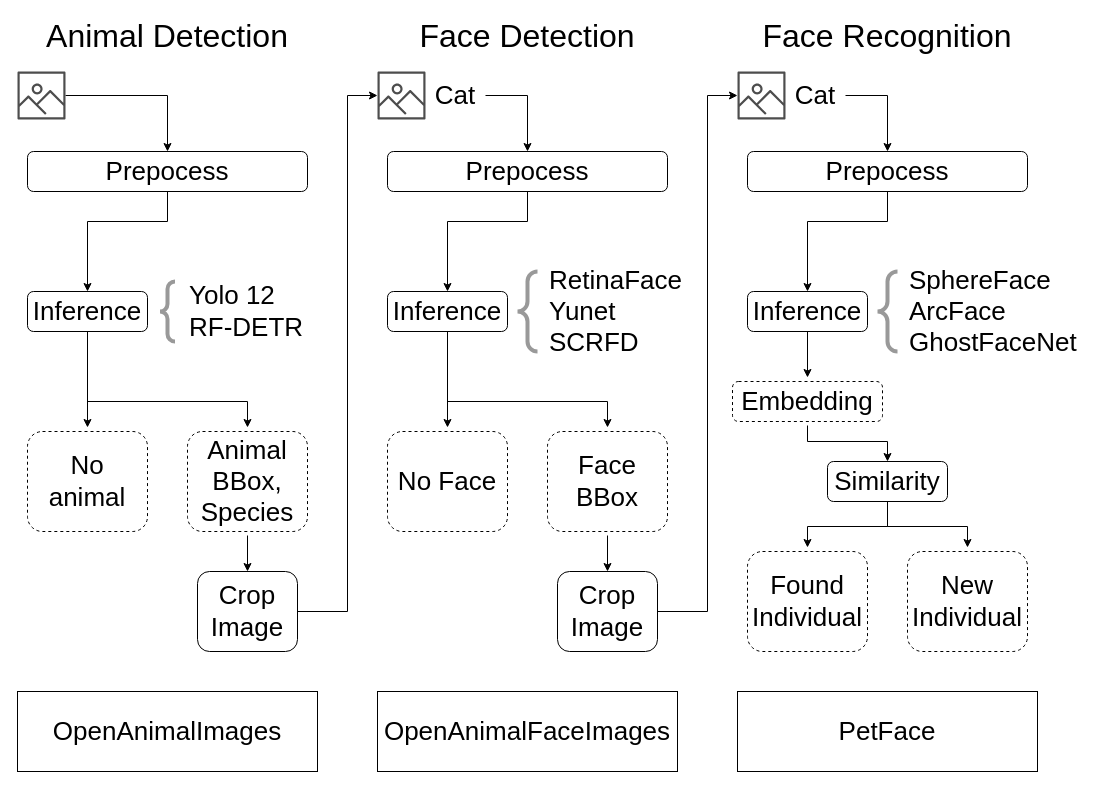
Before: docs/system_flow.drawio in Jan108/AFaRec, a draw.io diagram. Source tidied: cells renumbered, new cells numbered last; positions are measured from the earlier drawing's top-left corner, leaving out a move shared by most shapes. Both pictures are drawn from the tidied source at 100%, with x=0, y=0 at pixel (17, 21).
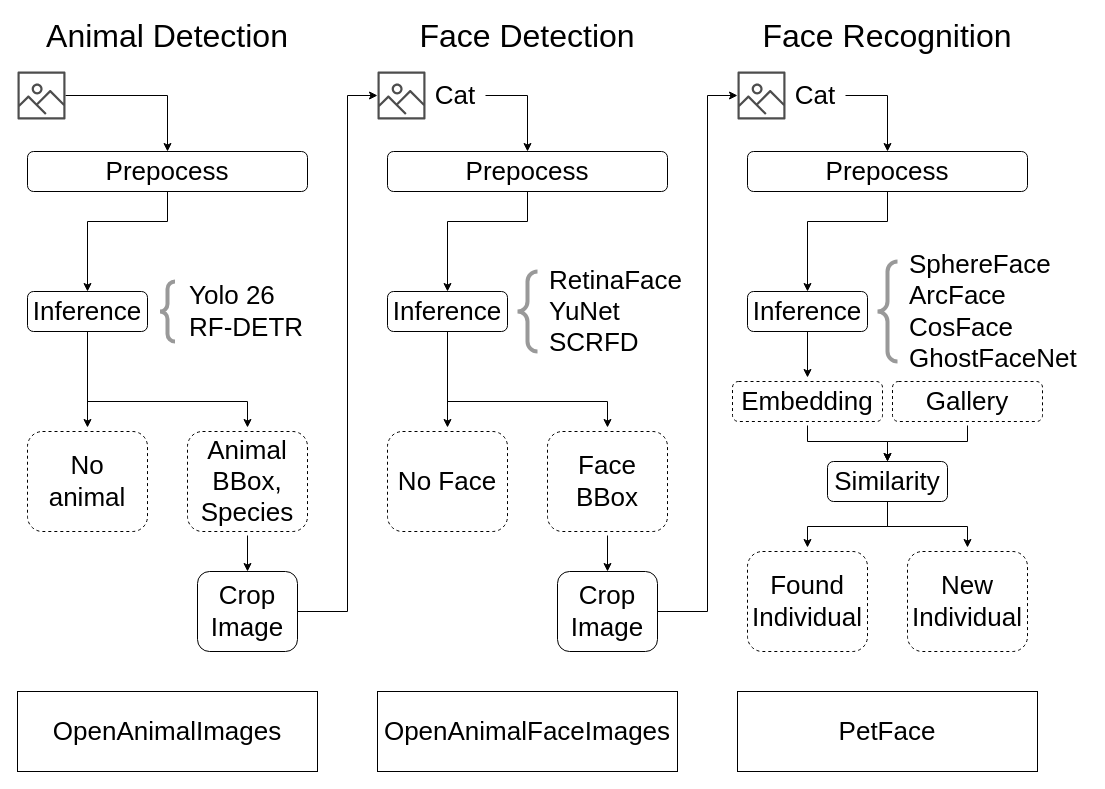
The same diagram, later.

Unchanged cells that the change refers to:
```xml
<mxCell id="45" value="Similarity" style="rounded=1;whiteSpace=wrap;html=1;fontSize=26;" parent="1" vertex="1">
  <mxGeometry x="810" y="440" width="120" height="40" as="geometry" />
</mxCell>
```

Diff of the diagram source:
```diff
@@
-    <mxCell id="11" value="&lt;font style=&quot;font-size: 26px;&quot;&gt;Yolo 12&lt;br style=&quot;font-size: 26px;&quot;&gt;&lt;span style=&quot;background-color: initial;&quot;&gt;RF-DETR&lt;/span&gt;&lt;/font&gt;" style="text;html=1;strokeColor=none;fillColor=none;align=left;verticalAlign=middle;whiteSpace=wrap;rounded=0;fontSize=26;" parent="1" vertex="1">
+    <mxCell id="11" value="&lt;font style=&quot;font-size: 26px;&quot;&gt;Yolo 26&lt;br&gt;&lt;span style=&quot;background-color: initial;&quot;&gt;RF-DETR&lt;/span&gt;&lt;/font&gt;" style="text;html=1;strokeColor=none;fillColor=none;align=left;verticalAlign=middle;whiteSpace=wrap;rounded=0;fontSize=26;" parent="1" vertex="1">
       <mxGeometry x="170" y="260" width="120" height="60" as="geometry" />
     </mxCell>
@@
-    <mxCell id="26" value="&lt;div style=&quot;border-color: rgb(218, 220, 224); font-size: 26px;&quot;&gt;&lt;span style=&quot;border-color: rgb(218, 220, 224); font-size: 26px;&quot;&gt;&lt;font style=&quot;font-size: 26px;&quot;&gt;RetinaFace&lt;/font&gt;&lt;/span&gt;&lt;/div&gt;&lt;div style=&quot;border-color: rgb(218, 220, 224); font-size: 26px;&quot;&gt;&lt;/div&gt;&lt;div style=&quot;border-color: rgb(218, 220, 224); font-size: 26px;&quot;&gt;&lt;/div&gt;&lt;div style=&quot;border-color: rgb(218, 220, 224); font-size: 26px;&quot;&gt;&lt;span style=&quot;border-color: rgb(218, 220, 224); font-size: 26px;&quot;&gt;&lt;font style=&quot;font-size: 26px;&quot;&gt;Yunet&lt;/font&gt;&lt;/span&gt;&lt;/div&gt;&lt;div style=&quot;border-color: rgb(218, 220, 224); font-size: 26px;&quot;&gt;&lt;/div&gt;&lt;div style=&quot;border-color: rgb(218, 220, 224); font-size: 26px;&quot;&gt;&lt;/div&gt;&lt;div style=&quot;border-color: rgb(218, 220, 224); font-size: 26px;&quot;&gt;&lt;span style=&quot;border-color: rgb(218, 220, 224); font-size: 26px;&quot;&gt;&lt;font style=&quot;font-size: 26px;&quot;&gt;SCRFD&lt;/font&gt;&lt;/span&gt;&lt;/div&gt;" style="text;html=1;strokeColor=none;fillColor=none;align=left;verticalAlign=middle;whiteSpace=wrap;rounded=0;fontSize=26;" parent="1" vertex="1">
+    <mxCell id="26" value="&lt;div style=&quot;border-color: rgb(218, 220, 224); font-size: 26px;&quot;&gt;&lt;span style=&quot;border-color: rgb(218, 220, 224); font-size: 26px;&quot;&gt;&lt;font style=&quot;font-size: 26px;&quot;&gt;RetinaFace&lt;/font&gt;&lt;/span&gt;&lt;/div&gt;&lt;div style=&quot;border-color: rgb(218, 220, 224); font-size: 26px;&quot;&gt;&lt;/div&gt;&lt;div style=&quot;border-color: rgb(218, 220, 224); font-size: 26px;&quot;&gt;&lt;/div&gt;&lt;div style=&quot;border-color: rgb(218, 220, 224); font-size: 26px;&quot;&gt;&lt;span style=&quot;border-color: rgb(218, 220, 224); font-size: 26px;&quot;&gt;&lt;font style=&quot;font-size: 26px;&quot;&gt;YuNet&lt;/font&gt;&lt;/span&gt;&lt;/div&gt;&lt;div style=&quot;border-color: rgb(218, 220, 224); font-size: 26px;&quot;&gt;&lt;/div&gt;&lt;div style=&quot;border-color: rgb(218, 220, 224); font-size: 26px;&quot;&gt;&lt;/div&gt;&lt;div style=&quot;border-color: rgb(218, 220, 224); font-size: 26px;&quot;&gt;&lt;span style=&quot;border-color: rgb(218, 220, 224); font-size: 26px;&quot;&gt;&lt;font style=&quot;font-size: 26px;&quot;&gt;SCRFD&lt;/font&gt;&lt;/span&gt;&lt;/div&gt;" style="text;html=1;strokeColor=none;fillColor=none;align=left;verticalAlign=middle;whiteSpace=wrap;rounded=0;fontSize=26;" parent="1" vertex="1">
       <mxGeometry x="530" y="245" width="120" height="90" as="geometry" />
     </mxCell>
@@
     <mxCell id="39" style="labelPosition=right;align=left;strokeWidth=4;shape=mxgraph.mockup.markup.curlyBrace;html=1;shadow=0;dashed=0;strokeColor=#999999;direction=north;fontSize=26;" parent="1" vertex="1">
-      <mxGeometry x="860" y="250" width="20" height="80" as="geometry" />
+      <mxGeometry x="860" y="240" width="20" height="100" as="geometry" />
     </mxCell>
-    <mxCell id="40" value="&lt;div style=&quot;border-color: rgb(218, 220, 224); font-size: 26px;&quot;&gt;&lt;/div&gt;&lt;div style=&quot;border-color: rgb(218, 220, 224); font-size: 26px;&quot;&gt;&lt;/div&gt;&lt;div style=&quot;border-color: rgb(218, 220, 224); font-size: 26px;&quot;&gt;SphereFace&lt;/div&gt;&lt;div style=&quot;border-color: rgb(218, 220, 224); font-size: 26px;&quot;&gt;ArcFace&lt;/div&gt;&lt;div style=&quot;border-color: rgb(218, 220, 224); font-size: 26px;&quot;&gt;GhostFaceNet&lt;/div&gt;&lt;div style=&quot;border-color: rgb(218, 220, 224); font-size: 26px;&quot;&gt;&lt;/div&gt;&lt;div style=&quot;border-color: rgb(218, 220, 224); font-size: 26px;&quot;&gt;&lt;/div&gt;&lt;div style=&quot;border-color: rgb(218, 220, 224); font-size: 26px;&quot;&gt;&lt;/div&gt;" style="text;html=1;strokeColor=none;fillColor=none;align=left;verticalAlign=middle;whiteSpace=wrap;rounded=0;fontSize=26;" parent="1" vertex="1">
+    <mxCell id="40" value="&lt;div style=&quot;border-color: rgb(218, 220, 224); font-size: 26px;&quot;&gt;&lt;/div&gt;&lt;div style=&quot;border-color: rgb(218, 220, 224); font-size: 26px;&quot;&gt;&lt;/div&gt;&lt;div style=&quot;border-color: rgb(218, 220, 224); font-size: 26px;&quot;&gt;SphereFace&lt;/div&gt;&lt;div style=&quot;border-color: rgb(218, 220, 224); font-size: 26px;&quot;&gt;ArcFace CosFace&lt;/div&gt;&lt;div style=&quot;border-color: rgb(218, 220, 224); font-size: 26px;&quot;&gt;GhostFaceNet&lt;/div&gt;&lt;div style=&quot;border-color: rgb(218, 220, 224); font-size: 26px;&quot;&gt;&lt;/div&gt;&lt;div style=&quot;border-color: rgb(218, 220, 224); font-size: 26px;&quot;&gt;&lt;/div&gt;&lt;div style=&quot;border-color: rgb(218, 220, 224); font-size: 26px;&quot;&gt;&lt;/div&gt;" style="text;html=1;strokeColor=none;fillColor=none;align=left;verticalAlign=middle;whiteSpace=wrap;rounded=0;fontSize=26;" parent="1" vertex="1">
       <mxGeometry x="890" y="245" width="180" height="90" as="geometry" />
     </mxCell>
@@
+    <mxCell id="53" style="edgeStyle=orthogonalEdgeStyle;rounded=0;jettySize=auto;html=1;" parent="1" edge="1" source="54" target="45">
+      <mxGeometry relative="1" as="geometry" />
+    </mxCell>
+    <mxCell id="54" value="Gallery" style="rounded=1;whiteSpace=wrap;html=1;dashed=1;perimeterSpacing=4;fontSize=26;" parent="1" vertex="1">
+      <mxGeometry x="875" y="360" width="150" height="40" as="geometry" />
+    </mxCell>
```
